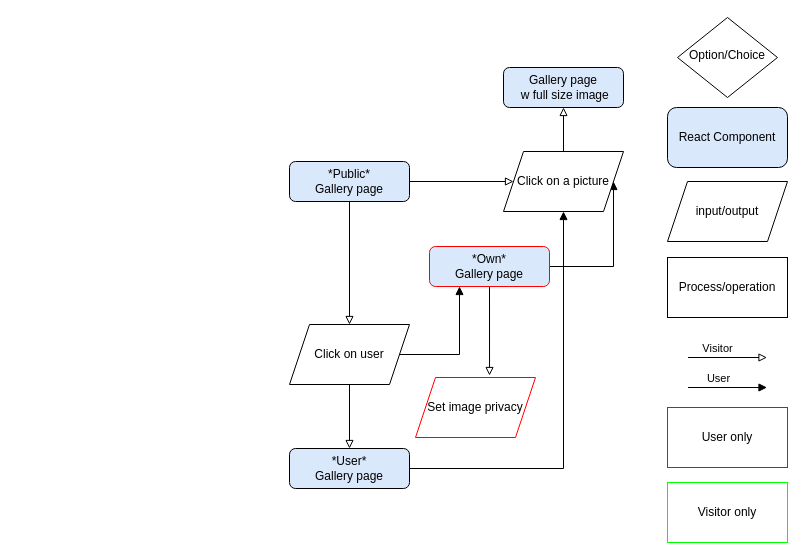
Earlier version of the draw.io diagram page "Gallery" (3 of 6) of pixel/user_stories.drawio (damien-rembert/diagrams). Source tidied: cells renumbered, new cells numbered last; positions are measured from the earlier drawing's top-left corner, leaving out a move shared by most shapes. Both pictures are drawn from the tidied source at 100%, with x=0, y=0 at pixel (289, 17).
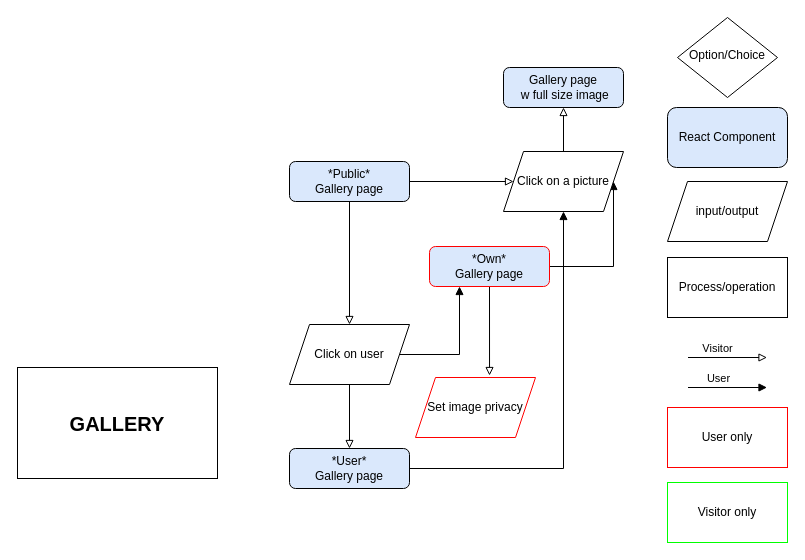
After the change.

What changed in the source:
```diff
@@
+    <mxCell id="27" value="&lt;font style=&quot;font-size: 20px&quot;&gt;&lt;b&gt;GALLERY&lt;/b&gt;&lt;/font&gt;" style="rounded=0;whiteSpace=wrap;html=1;" parent="1" vertex="1">
+      <mxGeometry x="-272" y="350" width="200" height="111" as="geometry" />
+    </mxCell>
```
